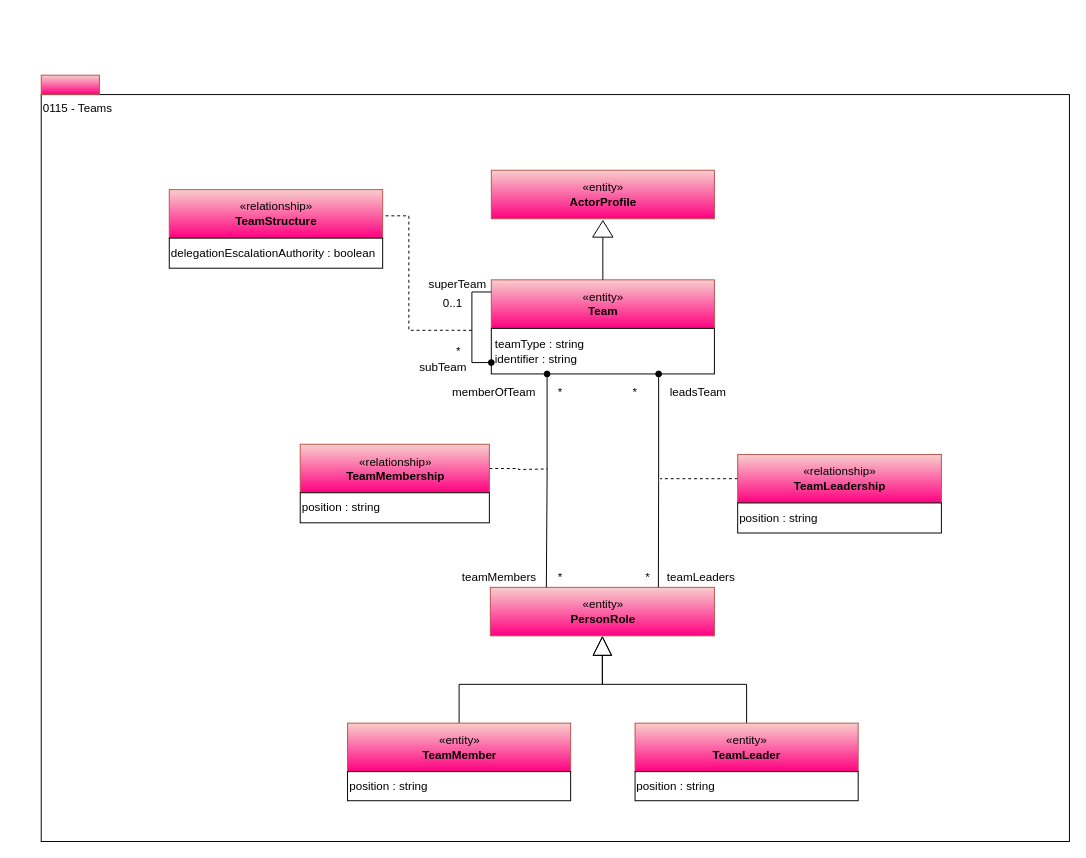
Above: page "0115-Teams" (4 of 15) of site/docs/types/1/area-1-collaboration.drawio in odpi/egeria-docs (draw.io), before the change. Source tidied: cells renumbered, new cells numbered last; positions are measured from the earlier drawing's top-left corner, leaving out a move shared by most shapes. Both pictures are drawn from the tidied source at 97%, with x=0, y=0 at pixel (41, 75).
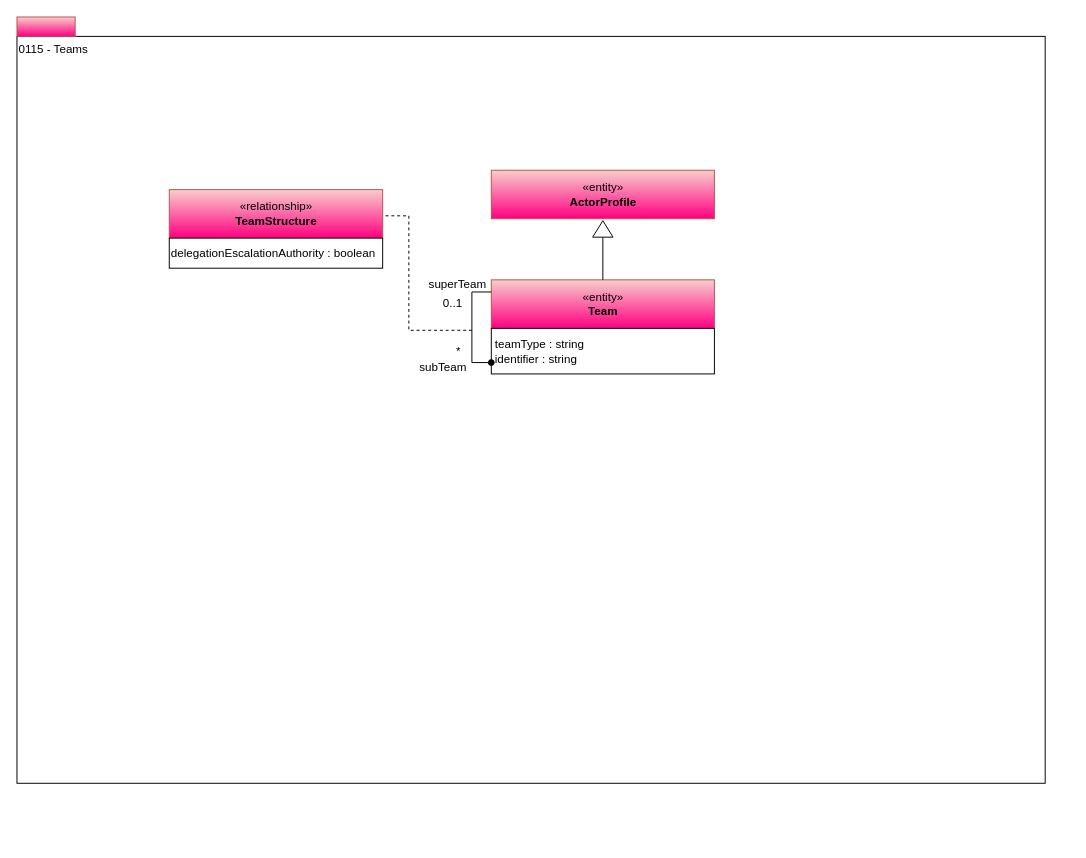
After the change.

Unchanged cells that the change refers to:
```xml
<mxCell id="5" value="teamType : string&lt;br&gt;identifier : string" style="rounded=0;whiteSpace=wrap;html=1;align=left;spacingLeft=2;" parent="1" vertex="1">
  <mxGeometry x="464" y="261" width="230" height="47" as="geometry" />
</mxCell>
```

Change to the diagram source:
```diff
@@
     <mxCell id="2" value="0115 - Teams" style="rounded=0;whiteSpace=wrap;html=1;align=left;verticalAlign=top;" parent="1" vertex="1">
-      <mxGeometry y="20" width="1060" height="770" as="geometry" />
+      <mxGeometry x="-25" y="-40" width="1060" height="770" as="geometry" />
     </mxCell>
@@
     <mxCell id="4" style="html=1;strokeColor=#b85450;align=center;fillColor=#f8cecc;gradientColor=#FF0080;" parent="1" vertex="1">
-      <mxGeometry width="60" height="20" as="geometry" />
+      <mxGeometry x="-25" y="-60" width="60" height="20" as="geometry" />
     </mxCell>
@@
-    <mxCell id="8" style="edgeStyle=orthogonalEdgeStyle;rounded=0;html=1;exitX=0;exitY=0.5;endArrow=none;endFill=0;jettySize=auto;dashed=1;" parent="1" edge="1" source="9">
-      <mxGeometry relative="1" as="geometry">
-        <mxPoint x="638" y="416" as="targetPoint" />
-      </mxGeometry>
-    </mxCell>
-    <mxCell id="9" value="«relationship»&lt;br&gt;&lt;b&gt;TeamLeadership&lt;/b&gt;" style="html=1;strokeColor=#b85450;align=center;fillColor=#f8cecc;gradientColor=#FF0080;" parent="1" vertex="1">
-      <mxGeometry x="718" y="391" width="210" height="50" as="geometry" />
-    </mxCell>
-    <mxCell id="10" value="position : string" style="rounded=0;whiteSpace=wrap;html=1;strokeColor=#000000;gradientColor=#ffffff;align=left;" parent="1" vertex="1">
-      <mxGeometry x="718" y="441" width="210" height="31" as="geometry" />
-    </mxCell>
-    <mxCell id="11" value="*" style="text;html=1;align=center;verticalAlign=top;spacingTop=-4;" parent="1" vertex="1">
-      <mxGeometry x="602" y="317" width="20" height="20" as="geometry" />
-    </mxCell>
-    <mxCell id="12" value="*" style="text;html=1;align=center;verticalAlign=top;spacingTop=-4;" parent="1" vertex="1">
-      <mxGeometry x="615" y="508" width="20" height="20" as="geometry" />
-    </mxCell>
-    <mxCell id="13" value="leadsTeam" style="text;html=1;align=center;verticalAlign=top;spacingTop=-4;" parent="1" vertex="1">
-      <mxGeometry x="642" y="317" width="70" height="20" as="geometry" />
-    </mxCell>
-    <mxCell id="14" value="teamLeaders" style="text;html=1;align=center;verticalAlign=top;spacingTop=-4;" parent="1" vertex="1">
-      <mxGeometry x="635" y="508" width="90" height="20" as="geometry" />
-    </mxCell>
@@
-    <mxCell id="23" value="«entity»&lt;br&gt;&lt;b&gt;PersonRole&lt;/b&gt;" style="html=1;strokeColor=#b85450;align=center;fillColor=#f8cecc;gradientColor=#FF0080;" parent="1" vertex="1">
-      <mxGeometry x="463" y="528" width="231" height="50" as="geometry" />
-    </mxCell>
-    <mxCell id="24" style="edgeStyle=orthogonalEdgeStyle;rounded=0;html=1;exitX=1;exitY=0.5;dashed=1;endArrow=none;endFill=0;jettySize=auto;" parent="1" edge="1" source="25">
-      <mxGeometry relative="1" as="geometry">
-        <mxPoint x="522" y="406" as="targetPoint" />
-      </mxGeometry>
-    </mxCell>
-    <mxCell id="25" value="«relationship»&lt;br&gt;&lt;b&gt;TeamMembership&lt;/b&gt;" style="html=1;strokeColor=#b85450;align=center;fillColor=#f8cecc;gradientColor=#FF0080;" parent="1" vertex="1">
-      <mxGeometry x="267" y="380.5" width="195" height="50" as="geometry" />
-    </mxCell>
-    <mxCell id="26" value="position : string" style="rounded=0;whiteSpace=wrap;html=1;strokeColor=#000000;gradientColor=#ffffff;align=left;" parent="1" vertex="1">
-      <mxGeometry x="267" y="430.5" width="195" height="31" as="geometry" />
-    </mxCell>
-    <mxCell id="27" value="teamMembers" style="text;html=1;align=left;verticalAlign=top;spacingTop=-4;" parent="1" vertex="1">
-      <mxGeometry x="432" y="508" width="90" height="20" as="geometry" />
-    </mxCell>
-    <mxCell id="28" value="*" style="text;html=1;align=left;verticalAlign=top;spacingTop=-4;" parent="1" vertex="1">
-      <mxGeometry x="530.5" y="508" width="20" height="20" as="geometry" />
-    </mxCell>
-    <mxCell id="29" value="*" style="text;html=1;align=left;verticalAlign=top;spacingTop=-4;" parent="1" vertex="1">
-      <mxGeometry x="530.5" y="317" width="20" height="20" as="geometry" />
-    </mxCell>
-    <mxCell id="30" value="memberOfTeam" style="text;html=1;align=left;verticalAlign=top;spacingTop=-4;" parent="1" vertex="1">
-      <mxGeometry x="422" y="317" width="100" height="20" as="geometry" />
-    </mxCell>
-    <mxCell id="31" style="edgeStyle=orthogonalEdgeStyle;rounded=0;jettySize=auto;html=1;endArrow=block;endFill=0;strokeWidth=1;endSize=18;" parent="1" edge="1" source="32" target="23">
-      <mxGeometry relative="1" as="geometry" />
-    </mxCell>
-    <mxCell id="32" value="«entity»&lt;br&gt;&lt;b&gt;TeamMember&lt;/b&gt;" style="html=1;strokeColor=#b85450;align=center;fillColor=#f8cecc;gradientColor=#FF0080;" parent="1" vertex="1">
-      <mxGeometry x="315.8" y="668" width="230" height="50" as="geometry" />
-    </mxCell>
-    <mxCell id="33" value="position : string" style="rounded=0;whiteSpace=wrap;html=1;align=left;" parent="1" vertex="1">
-      <mxGeometry x="315.8" y="718" width="230" height="30" as="geometry" />
-    </mxCell>
-    <mxCell id="34" style="edgeStyle=orthogonalEdgeStyle;rounded=0;jettySize=auto;html=1;entryX=0.5;entryY=1;entryDx=0;entryDy=0;endArrow=block;endFill=0;endSize=18;strokeWidth=1;" parent="1" edge="1" source="35" target="23">
-      <mxGeometry relative="1" as="geometry" />
-    </mxCell>
-    <mxCell id="35" value="«entity»&lt;br&gt;&lt;b&gt;TeamLeader&lt;/b&gt;" style="html=1;strokeColor=#b85450;align=center;fillColor=#f8cecc;gradientColor=#FF0080;" parent="1" vertex="1">
-      <mxGeometry x="612.2" y="668" width="230" height="50" as="geometry" />
-    </mxCell>
-    <mxCell id="36" value="position : string" style="rounded=0;whiteSpace=wrap;html=1;align=left;" parent="1" vertex="1">
-      <mxGeometry x="612.2" y="718" width="230" height="30" as="geometry" />
-    </mxCell>
@@
-    <mxCell id="38" style="edgeStyle=orthogonalEdgeStyle;rounded=0;html=1;exitX=0.25;exitY=1;entryX=0.25;entryY=0;endArrow=none;endFill=0;jettySize=auto;entryDx=0;entryDy=0;exitDx=0;exitDy=0;startArrow=oval;startFill=1;" parent="1" edge="1" source="5" target="23">
-      <mxGeometry relative="1" as="geometry" />
-    </mxCell>
-    <mxCell id="39" style="edgeStyle=orthogonalEdgeStyle;rounded=0;html=1;exitX=0.75;exitY=1;endArrow=none;endFill=0;jettySize=auto;entryX=0.75;entryY=0;entryDx=0;entryDy=0;exitDx=0;exitDy=0;startArrow=oval;startFill=1;" parent="1" edge="1" source="5" target="23">
-      <mxGeometry relative="1" as="geometry" />
-    </mxCell>
```
